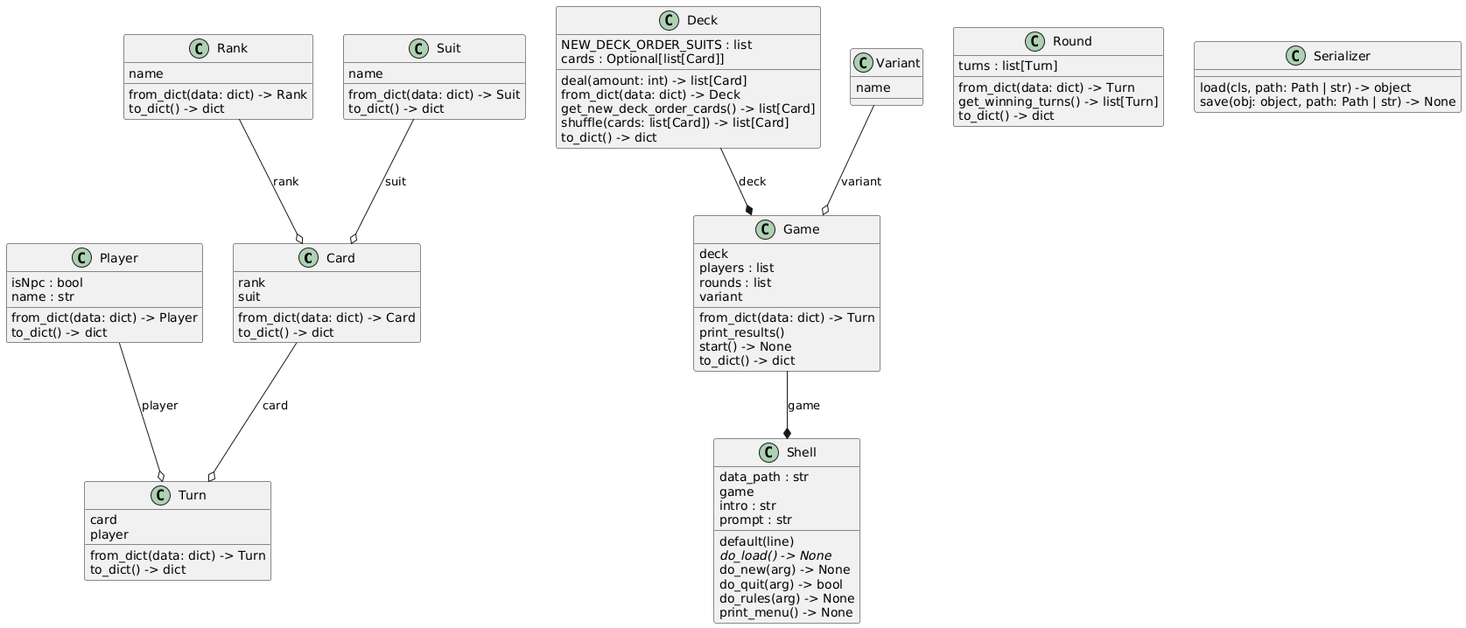
b3h3m0th/war keeps this PlantUML diagram as docs/uml/png/classes_war.png. Above is the earlier version.
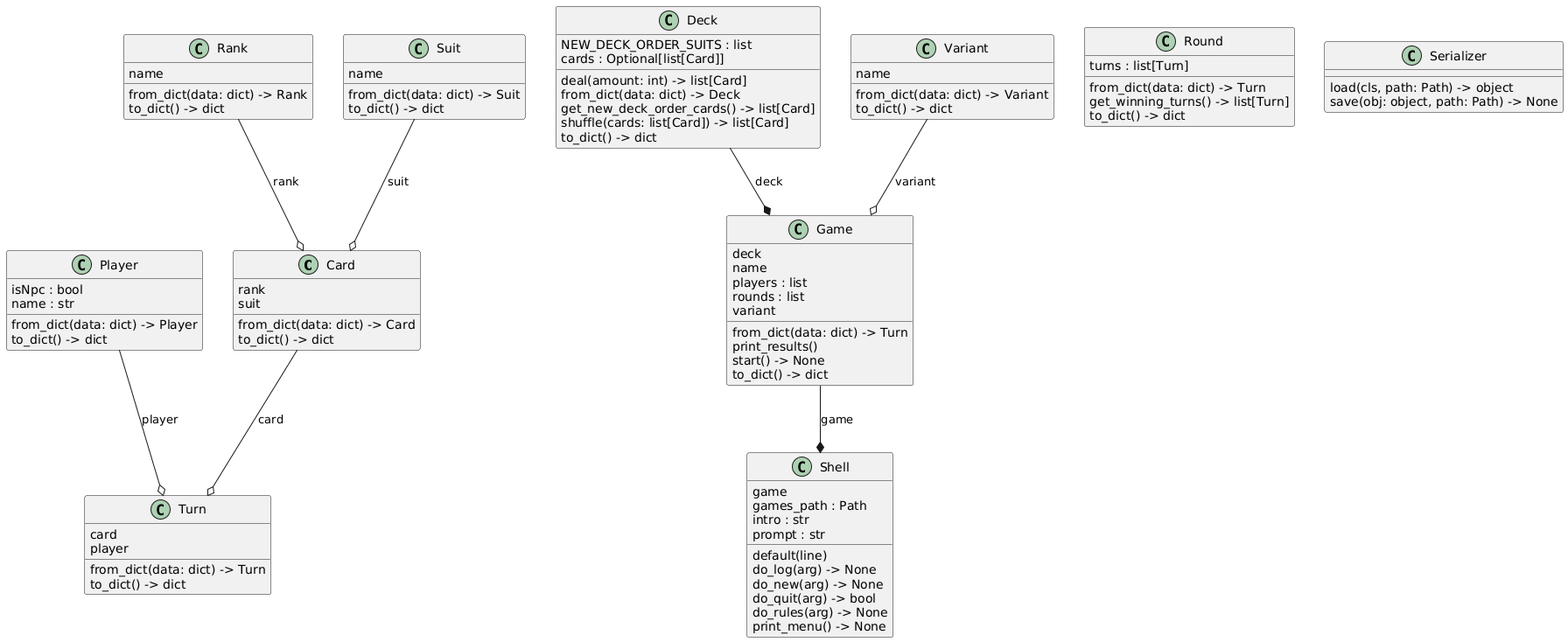
Later version of the same file.

Change to the diagram source:
```diff
@@ -17,6 +17,7 @@
 }
 class "Game" as models.game.Game {
   deck
+  name
   players : list
   rounds : list
   variant
@@ -43,16 +44,16 @@
   to_dict() -> dict
 }
 class "Serializer" as utils.serializer.Serializer {
-  load(cls, path: Path | str) -> object
-  save(obj: object, path: Path | str) -> None
+  load(cls, path: Path) -> object
+  save(obj: object, path: Path) -> None
 }
 class "Shell" as models.shell.Shell {
-  data_path : str
   game
+  games_path : Path
   intro : str
   prompt : str
   default(line)
-  {abstract}do_load() -> None
+  do_log(arg) -> None
   do_new(arg) -> None
   do_quit(arg) -> bool
   do_rules(arg) -> None
@@ -71,6 +72,8 @@
 }
 class "Variant" as enums.variant.Variant {
   name
+  from_dict(data: dict) -> Variant
+  to_dict() -> dict
 }
 models.deck.Deck --* models.game.Game : deck
 models.game.Game --* models.shell.Shell : game
```
